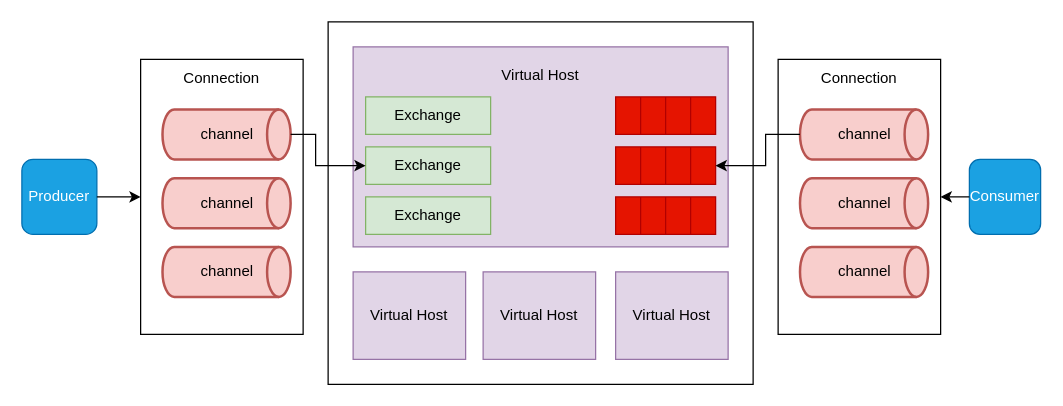
Before: drawio/RabbitMQ/RabbitMQ 架构图.drawio in hezhuma/image-repo, a draw.io diagram. Source tidied: cells renumbered, new cells numbered last; positions are measured from the earlier drawing's top-left corner, leaving out a move shared by most shapes. Both pictures are drawn from the tidied source at 125%, with x=0, y=0 at pixel (21, 21).
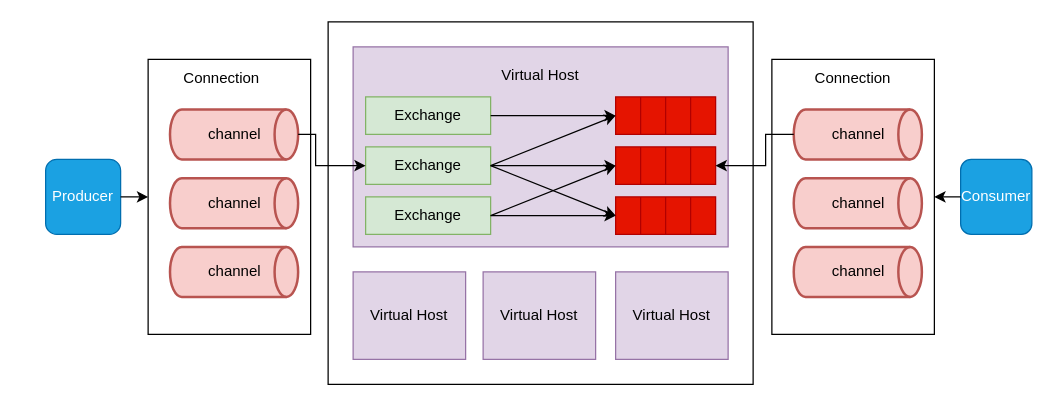
After the change.

Unchanged cells that the change refers to:
```xml
<mxCell id="19" value="Exchange" style="rounded=0;whiteSpace=wrap;html=1;fillColor=#d5e8d4;strokeColor=#82b366;" parent="1" vertex="1">
  <mxGeometry x="275" y="60" width="100" height="30" as="geometry" />
</mxCell>
<mxCell id="20" value="Exchange" style="rounded=0;whiteSpace=wrap;html=1;fillColor=#d5e8d4;strokeColor=#82b366;" parent="1" vertex="1">
  <mxGeometry x="275" y="100" width="100" height="30" as="geometry" />
</mxCell>
<mxCell id="21" value="Exchange" style="rounded=0;whiteSpace=wrap;html=1;fillColor=#d5e8d4;strokeColor=#82b366;" parent="1" vertex="1">
  <mxGeometry x="275" y="140" width="100" height="30" as="geometry" />
</mxCell>
<mxCell id="22" style="rounded=0;whiteSpace=wrap;html=1;fillColor=#e51400;fontColor=#ffffff;strokeColor=#B20000;" parent="1" vertex="1">
  <mxGeometry x="475" y="60" width="80" height="30" as="geometry" />
</mxCell>
<mxCell id="26" style="rounded=0;whiteSpace=wrap;html=1;fillColor=#e51400;fontColor=#ffffff;strokeColor=#B20000;" parent="1" vertex="1">
  <mxGeometry x="475" y="100" width="80" height="30" as="geometry" />
</mxCell>
<mxCell id="30" style="rounded=0;whiteSpace=wrap;html=1;fillColor=#e51400;fontColor=#ffffff;strokeColor=#B20000;" parent="1" vertex="1">
  <mxGeometry x="475" y="140" width="80" height="30" as="geometry" />
</mxCell>
```

What changed in the source:
```diff
@@
     <mxCell id="2" style="rounded=0;whiteSpace=wrap;html=1;" parent="1" vertex="1">
-      <mxGeometry x="95" y="30" width="130" height="220" as="geometry" />
+      <mxGeometry x="101" y="30" width="130" height="220" as="geometry" />
     </mxCell>
@@
     <mxCell id="4" value="channel" style="strokeWidth=2;html=1;shape=mxgraph.flowchart.direct_data;whiteSpace=wrap;fillColor=#f8cecc;strokeColor=#b85450;" parent="1" vertex="1">
-      <mxGeometry x="112.5" y="70" width="102.5" height="40" as="geometry" />
+      <mxGeometry x="118.5" y="70" width="102.5" height="40" as="geometry" />
     </mxCell>
     <mxCell id="5" value="channel" style="strokeWidth=2;html=1;shape=mxgraph.flowchart.direct_data;whiteSpace=wrap;fillColor=#f8cecc;strokeColor=#b85450;" parent="1" vertex="1">
-      <mxGeometry x="112.5" y="125" width="102.5" height="40" as="geometry" />
+      <mxGeometry x="118.5" y="125" width="102.5" height="40" as="geometry" />
     </mxCell>
     <mxCell id="6" value="channel" style="strokeWidth=2;html=1;shape=mxgraph.flowchart.direct_data;whiteSpace=wrap;fillColor=#f8cecc;strokeColor=#b85450;" parent="1" vertex="1">
-      <mxGeometry x="112.5" y="180" width="102.5" height="40" as="geometry" />
+      <mxGeometry x="118.5" y="180" width="102.5" height="40" as="geometry" />
     </mxCell>
     <mxCell id="7" style="rounded=0;whiteSpace=wrap;html=1;" parent="1" vertex="1">
-      <mxGeometry x="605" y="30" width="130" height="220" as="geometry" />
+      <mxGeometry x="600" y="30" width="130" height="220" as="geometry" />
     </mxCell>
     <mxCell id="8" value="channel" style="strokeWidth=2;html=1;shape=mxgraph.flowchart.direct_data;whiteSpace=wrap;fillColor=#f8cecc;strokeColor=#b85450;" parent="1" vertex="1">
-      <mxGeometry x="622.5" y="70" width="102.5" height="40" as="geometry" />
+      <mxGeometry x="617.5" y="70" width="102.5" height="40" as="geometry" />
     </mxCell>
     <mxCell id="9" value="channel" style="strokeWidth=2;html=1;shape=mxgraph.flowchart.direct_data;whiteSpace=wrap;fillColor=#f8cecc;strokeColor=#b85450;" parent="1" vertex="1">
-      <mxGeometry x="622.5" y="125" width="102.5" height="40" as="geometry" />
+      <mxGeometry x="617.5" y="125" width="102.5" height="40" as="geometry" />
     </mxCell>
     <mxCell id="10" value="channel" style="strokeWidth=2;html=1;shape=mxgraph.flowchart.direct_data;whiteSpace=wrap;fillColor=#f8cecc;strokeColor=#b85450;" parent="1" vertex="1">
-      <mxGeometry x="622.5" y="180" width="102.5" height="40" as="geometry" />
+      <mxGeometry x="617.5" y="180" width="102.5" height="40" as="geometry" />
     </mxCell>
     <mxCell id="11" value="Producer" style="rounded=1;whiteSpace=wrap;html=1;fillColor=#1ba1e2;fontColor=#ffffff;strokeColor=#006EAF;" parent="1" vertex="1">
-      <mxGeometry y="110" width="60" height="60" as="geometry" />
+      <mxGeometry x="19" y="110" width="60" height="60" as="geometry" />
     </mxCell>
     <mxCell id="12" value="Consumer" style="rounded=1;whiteSpace=wrap;html=1;fillColor=#1ba1e2;strokeColor=#006EAF;fontColor=#ffffff;" parent="1" vertex="1">
-      <mxGeometry x="758" y="110" width="57" height="60" as="geometry" />
+      <mxGeometry x="751" y="110" width="57" height="60" as="geometry" />
     </mxCell>
@@
     <mxCell id="37" value="Connection" style="text;html=1;strokeColor=none;fillColor=none;align=center;verticalAlign=middle;whiteSpace=wrap;rounded=0;" parent="1" vertex="1">
-      <mxGeometry x="640" y="30" width="60" height="30" as="geometry" />
+      <mxGeometry x="635" y="30" width="60" height="30" as="geometry" />
     </mxCell>
+    <mxCell id="38" style="endArrow=classic;html=1;rounded=0;exitX=1;exitY=0.5;exitDx=0;exitDy=0;entryX=0;entryY=0.5;entryDx=0;entryDy=0;" parent="1" edge="1" source="21" target="30">
+      <mxGeometry relative="1" as="geometry" />
+    </mxCell>
+    <mxCell id="39" style="endArrow=classic;html=1;rounded=0;exitX=1;exitY=0.5;exitDx=0;exitDy=0;entryX=0;entryY=0.5;entryDx=0;entryDy=0;" parent="1" edge="1" source="21" target="26">
+      <mxGeometry relative="1" as="geometry" />
+    </mxCell>
+    <mxCell id="40" style="endArrow=classic;html=1;rounded=0;exitX=1;exitY=0.5;exitDx=0;exitDy=0;entryX=0;entryY=0.5;entryDx=0;entryDy=0;" parent="1" edge="1" source="19" target="22">
+      <mxGeometry relative="1" as="geometry" />
+    </mxCell>
+    <mxCell id="41" style="endArrow=classic;html=1;rounded=0;exitX=1;exitY=0.5;exitDx=0;exitDy=0;entryX=0;entryY=0.5;entryDx=0;entryDy=0;" parent="1" edge="1" source="20" target="22">
+      <mxGeometry relative="1" as="geometry" />
+    </mxCell>
+    <mxCell id="42" style="endArrow=classic;html=1;rounded=0;entryX=0;entryY=0.5;entryDx=0;entryDy=0;exitX=1;exitY=0.5;exitDx=0;exitDy=0;" parent="1" edge="1" source="20" target="26">
+      <mxGeometry relative="1" as="geometry" />
+    </mxCell>
+    <mxCell id="43" style="endArrow=classic;html=1;rounded=0;exitX=1;exitY=0.5;exitDx=0;exitDy=0;entryX=0;entryY=0.5;entryDx=0;entryDy=0;" parent="1" edge="1" source="20" target="30">
+      <mxGeometry relative="1" as="geometry" />
+    </mxCell>
```
